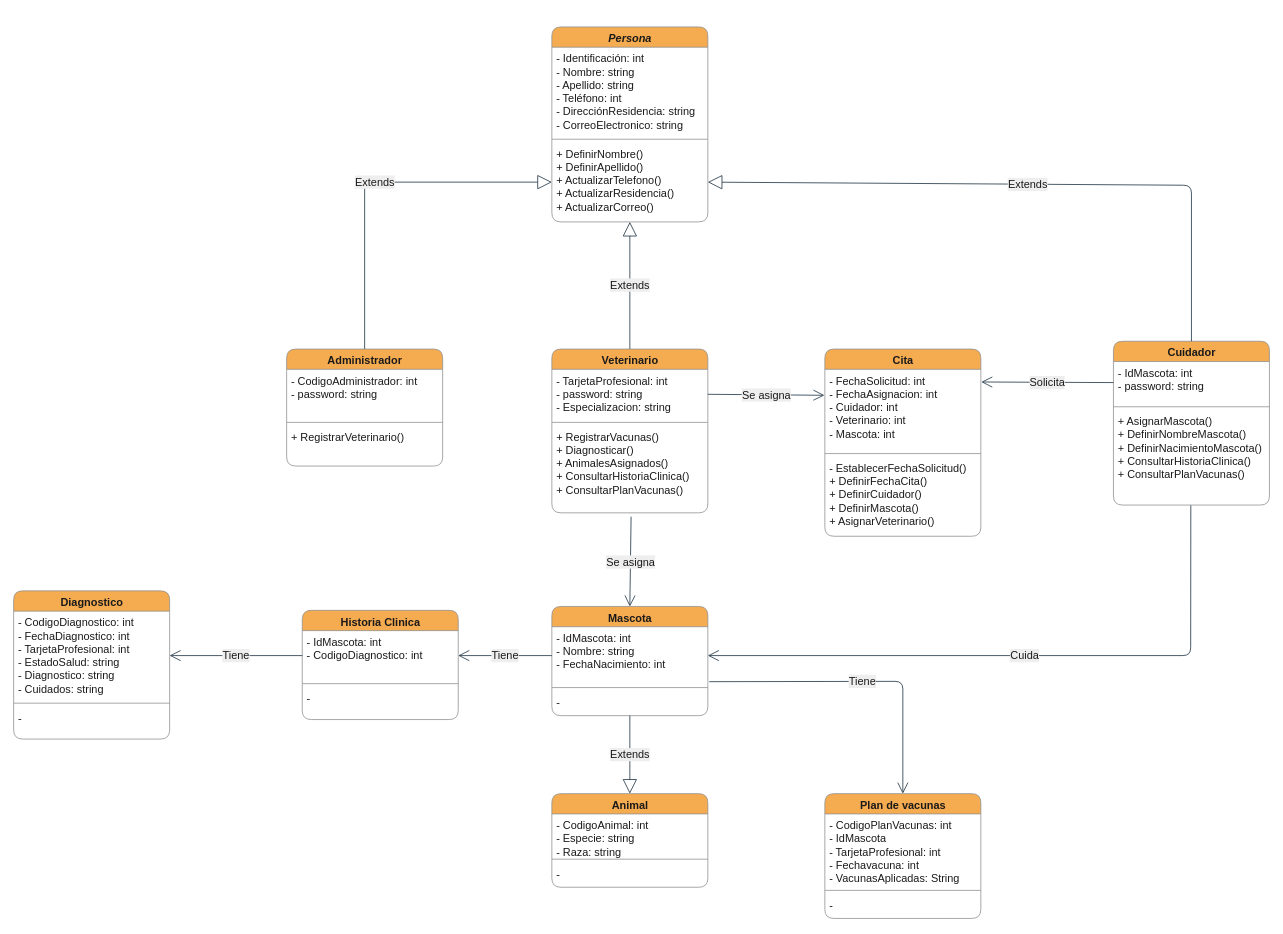
Above: page "Diagrama de clases" (1 of 3) of Diagramas.drawio in juandabi/teleVeterinaria (draw.io), before the change. Source tidied: cells renumbered, new cells numbered last; positions are measured from the earlier drawing's top-left corner, leaving out a move shared by most shapes. Both pictures are drawn from the tidied source at 78%, with x=0, y=0 at pixel (13, 27).
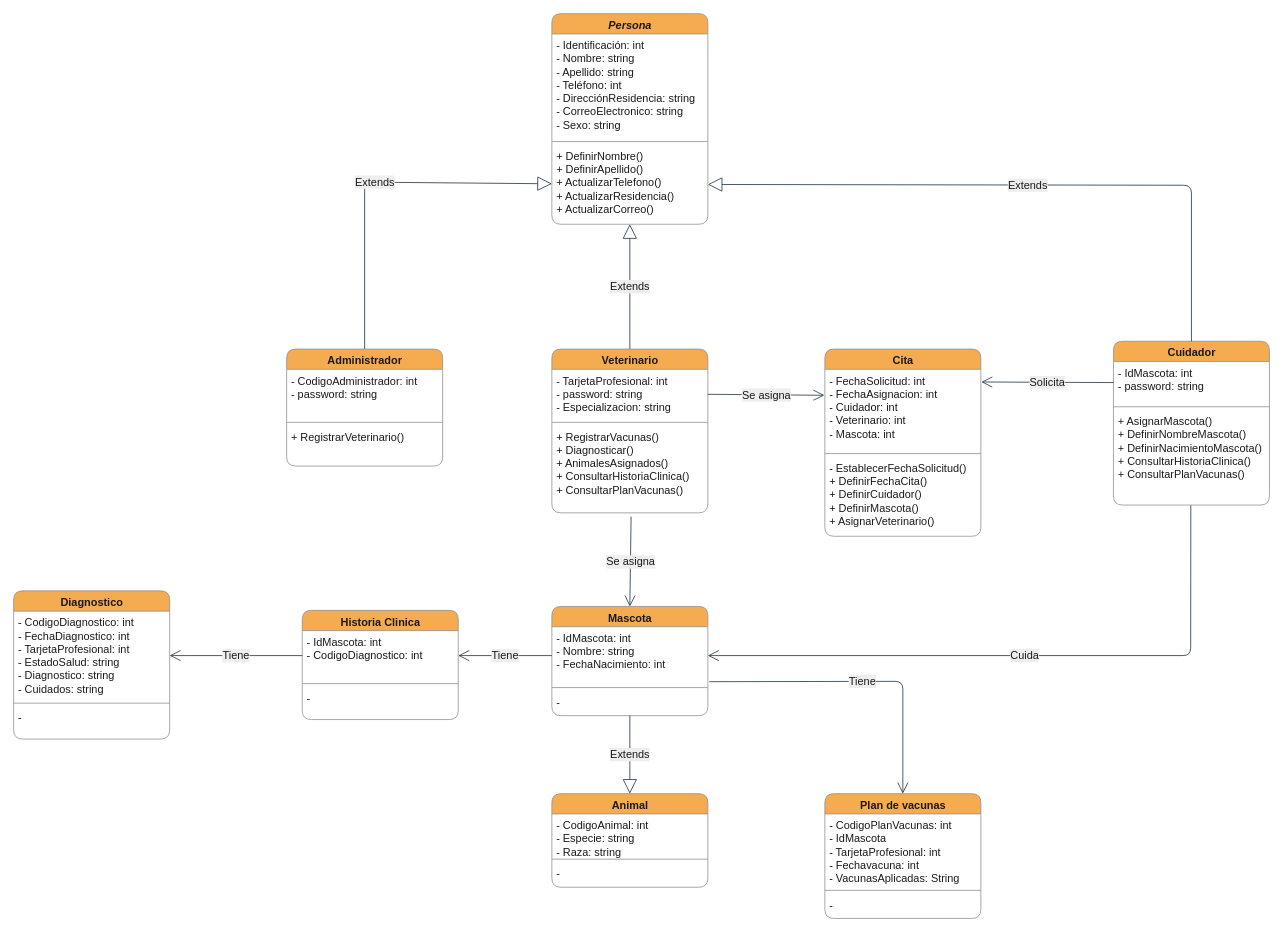
Above is the later version.

Commit message (it also covers changes not shown here):
Se agrega el campo sexo al diagrama

The edit, as a diff of the source:
```diff
@@
     <mxCell id="2" value="&lt;i&gt;Persona&lt;/i&gt;" style="swimlane;fontStyle=1;align=center;verticalAlign=top;horizontal=1;startSize=26;fontSize=14;html=1;rounded=1;fillColor=#F5AB50;strokeColor=#909090;fontColor=#1A1A1A;" parent="1" vertex="1">
-      <mxGeometry x="690" width="200" height="250" as="geometry" />
+      <mxGeometry x="690" y="-17" width="200" height="270" as="geometry" />
     </mxCell>
-    <mxCell id="3" value="- Identificación: int&#10;- Nombre: string&#10;- Apellido: string&#10;- Teléfono: int&#10;- DirecciónResidencia: string&#10;- CorreoElectronico: string&#10;" style="text;strokeColor=none;fillColor=none;align=left;verticalAlign=top;spacingLeft=4;spacingRight=4;overflow=hidden;fontSize=14;rounded=1;fontColor=#1A1A1A;" parent="2" vertex="1">
-      <mxGeometry y="26" width="200" height="114" as="geometry" />
+    <mxCell id="3" value="- Identificación: int&#10;- Nombre: string&#10;- Apellido: string&#10;- Teléfono: int&#10;- DirecciónResidencia: string&#10;- CorreoElectronico: string&#10;- Sexo: string&#10;" style="text;strokeColor=none;fillColor=none;align=left;verticalAlign=top;spacingLeft=4;spacingRight=4;overflow=hidden;fontSize=14;rounded=1;fontColor=#1A1A1A;" parent="2" vertex="1">
+      <mxGeometry y="26" width="200" height="134" as="geometry" />
     </mxCell>
     <mxCell id="4" style="line;strokeWidth=1;fillColor=none;align=left;verticalAlign=middle;spacingTop=-1;spacingLeft=3;spacingRight=3;labelPosition=right;rounded=1;strokeColor=#909090;fontColor=#1A1A1A;labelBackgroundColor=#EEEEEE;" parent="2" vertex="1">
-      <mxGeometry y="140" width="200" height="8" as="geometry" />
+      <mxGeometry y="160" width="200" height="8" as="geometry" />
     </mxCell>
     <mxCell id="5" value="+ DefinirNombre()&#10;+ DefinirApellido()&#10;+ ActualizarTelefono()&#10;+ ActualizarResidencia()&#10;+ ActualizarCorreo()" style="text;strokeColor=none;fillColor=none;align=left;verticalAlign=top;spacingLeft=4;spacingRight=4;overflow=hidden;points=[[0,0.5],[1,0.5]];portConstraint=eastwest;fontSize=14;rounded=1;fontColor=#1A1A1A;" parent="2" vertex="1">
-      <mxGeometry y="148" width="200" height="102" as="geometry" />
+      <mxGeometry y="168" width="200" height="102" as="geometry" />
     </mxCell>
```
